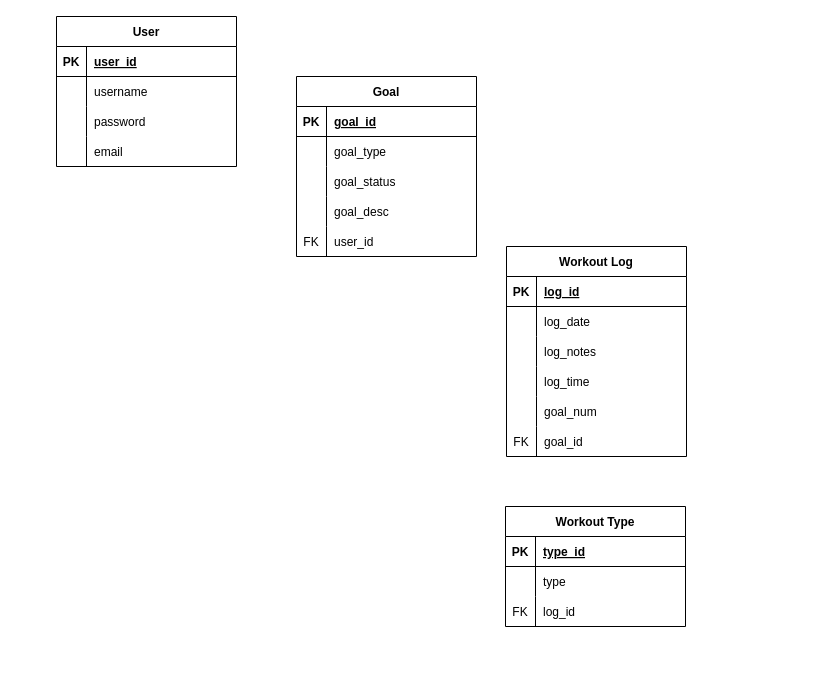
Before: erd.dio in RamonHODS/GIT-FIT-BRUV, a draw.io diagram. Source tidied: cells renumbered, new cells numbered last; positions are measured from the earlier drawing's top-left corner, leaving out a move shared by most shapes. Both pictures are drawn from the tidied source at 100%, with x=0, y=0 at pixel (56, 16).
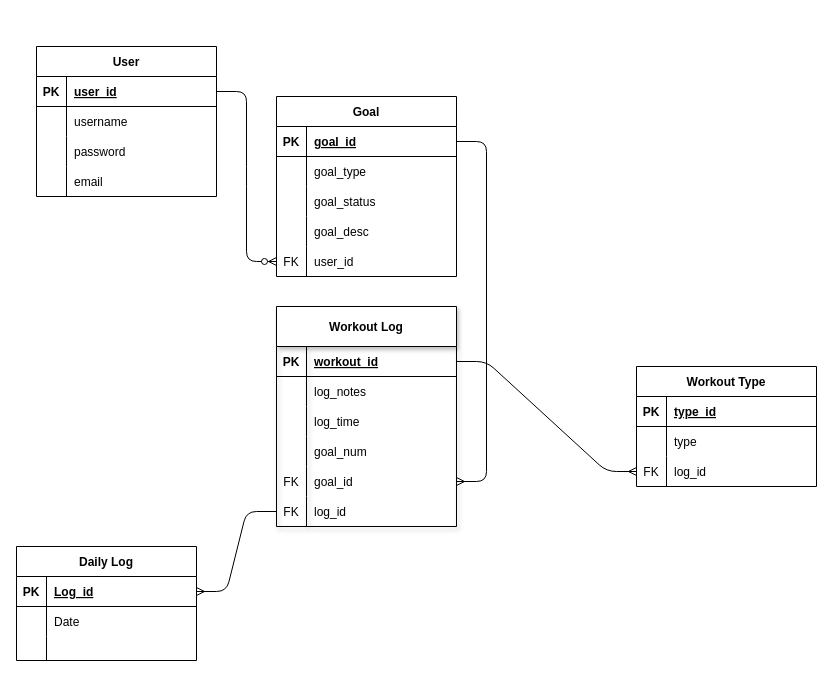
The same page after the edit.

Unchanged cells that the change refers to:
```xml
<mxCell id="3" style="shape=tableRow;horizontal=0;startSize=0;swimlaneHead=0;swimlaneBody=0;fillColor=none;points=[[0,0.5],[1,0.5]];portConstraint=eastwest;top=0;left=0;right=0;bottom=1;" parent="2" vertex="1">
  <mxGeometry y="30" width="180" height="30" as="geometry" />
</mxCell>
<mxCell id="35" style="shape=tableRow;horizontal=0;startSize=0;swimlaneHead=0;swimlaneBody=0;fillColor=none;points=[[0,0.5],[1,0.5]];portConstraint=eastwest;top=0;left=0;right=0;bottom=1;" parent="34" vertex="1">
  <mxGeometry y="30" width="180" height="30" as="geometry" />
</mxCell>
<mxCell id="47" style="shape=tableRow;horizontal=0;startSize=0;swimlaneHead=0;swimlaneBody=0;fillColor=none;points=[[0,0.5],[1,0.5]];portConstraint=eastwest;top=0;left=0;right=0;bottom=0;" parent="34" vertex="1">
  <mxGeometry y="150" width="180" height="30" as="geometry" />
</mxCell>
<mxCell id="57" style="shape=tableRow;horizontal=0;startSize=0;swimlaneHead=0;swimlaneBody=0;fillColor=none;points=[[0,0.5],[1,0.5]];portConstraint=eastwest;top=0;left=0;right=0;bottom=0;" parent="50" vertex="1">
  <mxGeometry y="90" width="180" height="30" as="geometry" />
</mxCell>
```

Change to the diagram source:
```diff
@@
     <mxCell id="2" value="User" style="shape=table;startSize=30;childLayout=tableLayout;rowLines=0;fontStyle=1;align=center;" parent="1" vertex="1">
-      <mxGeometry width="180" height="150" as="geometry" />
+      <mxGeometry x="-20" y="30" width="180" height="150" as="geometry" />
     </mxCell>
@@
-    <mxCell id="15" value="Workout Log" style="shape=table;startSize=30;childLayout=tableLayout;rowLines=0;fontStyle=1;align=center;" parent="1" vertex="1">
-      <mxGeometry x="450" y="230" width="180" height="210" as="geometry" />
+    <mxCell id="15" value="Workout Log" style="shape=table;startSize=40;childLayout=tableLayout;rowLines=0;fontStyle=1;align=center;shadow=1;" parent="1" vertex="1">
+      <mxGeometry x="220" y="290" width="180" height="220" as="geometry" />
     </mxCell>
     <mxCell id="16" style="shape=tableRow;horizontal=0;startSize=0;swimlaneHead=0;swimlaneBody=0;fillColor=none;points=[[0,0.5],[1,0.5]];portConstraint=eastwest;top=0;left=0;right=0;bottom=1;" parent="15" vertex="1">
-      <mxGeometry y="30" width="180" height="30" as="geometry" />
+      <mxGeometry y="40" width="180" height="30" as="geometry" />
     </mxCell>
@@
-    <mxCell id="18" value="log_id" style="shape=partialRectangle;fillColor=none;top=0;left=0;bottom=0;right=0;align=left;spacingLeft=6;fontStyle=5;overflow=hidden;" parent="16" vertex="1">
+    <mxCell id="18" value="workout_id" style="shape=partialRectangle;fillColor=none;top=0;left=0;bottom=0;right=0;align=left;spacingLeft=6;fontStyle=5;overflow=hidden;" parent="16" vertex="1">
       <mxGeometry x="30" width="150" height="30" as="geometry" />
     </mxCell>
-    <mxCell id="19" style="shape=tableRow;horizontal=0;startSize=0;swimlaneHead=0;swimlaneBody=0;fillColor=none;top=0;left=0;right=0;bottom=0;" parent="15" vertex="1">
-      <mxGeometry y="60" width="180" height="30" as="geometry" />
-    </mxCell>
-    <mxCell id="20" style="shape=partialRectangle;fillColor=none;top=0;left=0;bottom=0;right=0;overflow=hidden;" parent="19" vertex="1">
-      <mxGeometry width="30" height="30" as="geometry" />
-    </mxCell>
-    <mxCell id="21" value="log_date" style="shape=partialRectangle;fillColor=none;top=0;left=0;bottom=0;right=0;align=left;spacingLeft=6;overflow=hidden;" parent="19" vertex="1">
-      <mxGeometry x="30" width="150" height="30" as="geometry" />
-    </mxCell>
     <mxCell id="22" style="shape=tableRow;horizontal=0;startSize=0;swimlaneHead=0;swimlaneBody=0;fillColor=none;top=0;left=0;right=0;bottom=0;" parent="15" vertex="1">
-      <mxGeometry y="90" width="180" height="30" as="geometry" />
+      <mxGeometry y="70" width="180" height="30" as="geometry" />
     </mxCell>
@@
     <mxCell id="25" style="shape=tableRow;horizontal=0;startSize=0;swimlaneHead=0;swimlaneBody=0;fillColor=none;top=0;left=0;right=0;bottom=0;" parent="15" vertex="1">
-      <mxGeometry y="120" width="180" height="30" as="geometry" />
+      <mxGeometry y="100" width="180" height="30" as="geometry" />
     </mxCell>
@@
     <mxCell id="28" style="shape=tableRow;horizontal=0;startSize=0;swimlaneHead=0;swimlaneBody=0;fillColor=none;top=0;left=0;right=0;bottom=0;" parent="15" vertex="1">
-      <mxGeometry y="150" width="180" height="30" as="geometry" />
+      <mxGeometry y="130" width="180" height="30" as="geometry" />
     </mxCell>
@@
     <mxCell id="31" style="shape=tableRow;horizontal=0;startSize=0;swimlaneHead=0;swimlaneBody=0;fillColor=none;points=[[0,0.5],[1,0.5]];portConstraint=eastwest;top=0;left=0;right=0;bottom=0;" parent="15" vertex="1">
-      <mxGeometry y="180" width="180" height="30" as="geometry" />
+      <mxGeometry y="160" width="180" height="30" as="geometry" />
     </mxCell>
@@
+    <mxCell id="60" style="shape=tableRow;horizontal=0;startSize=0;swimlaneHead=0;swimlaneBody=0;fillColor=none;points=[[0,0.5],[1,0.5]];portConstraint=eastwest;top=0;left=0;right=0;bottom=0;" parent="15" vertex="1">
+      <mxGeometry y="190" width="180" height="30" as="geometry" />
+    </mxCell>
+    <mxCell id="61" value="FK" style="shape=partialRectangle;fillColor=none;top=0;left=0;bottom=0;right=0;overflow=hidden;" parent="60" vertex="1">
+      <mxGeometry width="30" height="30" as="geometry" />
+    </mxCell>
+    <mxCell id="62" value="log_id" style="shape=partialRectangle;fillColor=none;top=0;left=0;bottom=0;right=0;align=left;spacingLeft=6;overflow=hidden;" parent="60" vertex="1">
+      <mxGeometry x="30" width="150" height="30" as="geometry" />
+    </mxCell>
     <mxCell id="34" value="Goal" style="shape=table;startSize=30;childLayout=tableLayout;rowLines=0;fontStyle=1;align=center;" parent="1" vertex="1">
-      <mxGeometry x="240" y="60" width="180" height="180" as="geometry" />
+      <mxGeometry x="220" y="80" width="180" height="180" as="geometry" />
     </mxCell>
@@
     <mxCell id="50" value="Workout Type" style="shape=table;startSize=30;childLayout=tableLayout;rowLines=0;fontStyle=1;align=center;" parent="1" vertex="1">
-      <mxGeometry x="449" y="490" width="180" height="120" as="geometry" />
+      <mxGeometry x="580" y="350" width="180" height="120" as="geometry" />
     </mxCell>
@@
+    <mxCell id="63" value="Daily Log" style="shape=table;startSize=30;childLayout=tableLayout;rowLines=0;fontStyle=1;align=center;" parent="1" vertex="1">
+      <mxGeometry x="-40" y="530" width="180" height="114" as="geometry" />
+    </mxCell>
+    <mxCell id="64" style="shape=tableRow;horizontal=0;startSize=0;swimlaneHead=0;swimlaneBody=0;fillColor=none;points=[[0,0.5],[1,0.5]];portConstraint=eastwest;top=0;left=0;right=0;bottom=1;" parent="63" vertex="1">
+      <mxGeometry y="30" width="180" height="30" as="geometry" />
+    </mxCell>
+    <mxCell id="65" value="PK" style="shape=partialRectangle;fillColor=none;top=0;left=0;bottom=0;right=0;fontStyle=1;overflow=hidden;" parent="64" vertex="1">
+      <mxGeometry width="30" height="30" as="geometry" />
+    </mxCell>
+    <mxCell id="66" value="Log_id" style="shape=partialRectangle;fillColor=none;top=0;left=0;bottom=0;right=0;align=left;spacingLeft=6;fontStyle=5;overflow=hidden;" parent="64" vertex="1">
+      <mxGeometry x="30" width="150" height="30" as="geometry" />
+    </mxCell>
+    <mxCell id="19" style="shape=tableRow;horizontal=0;startSize=0;swimlaneHead=0;swimlaneBody=0;fillColor=none;top=0;left=0;right=0;bottom=0;" parent="63" vertex="1">
+      <mxGeometry y="60" width="180" height="30" as="geometry" />
+    </mxCell>
+    <mxCell id="20" style="shape=partialRectangle;fillColor=none;top=0;left=0;bottom=0;right=0;overflow=hidden;" parent="19" vertex="1">
+      <mxGeometry width="30" height="30" as="geometry" />
+    </mxCell>
+    <mxCell id="67" value="Date" style="shape=partialRectangle;fillColor=none;top=0;left=0;bottom=0;right=0;align=left;spacingLeft=6;overflow=hidden;" parent="19" vertex="1">
+      <mxGeometry x="30" width="150" height="30" as="geometry" />
+    </mxCell>
+    <mxCell id="68" style="shape=tableRow;horizontal=0;startSize=0;swimlaneHead=0;swimlaneBody=0;fillColor=none;top=0;left=0;right=0;bottom=0;" parent="63" vertex="1">
+      <mxGeometry y="90" width="180" height="24" as="geometry" />
+    </mxCell>
+    <mxCell id="69" style="shape=partialRectangle;fillColor=none;top=0;left=0;bottom=0;right=0;overflow=hidden;" parent="68" vertex="1">
+      <mxGeometry width="30" height="24" as="geometry" />
+    </mxCell>
+    <mxCell id="70" style="shape=partialRectangle;fillColor=none;top=0;left=0;bottom=0;right=0;align=left;spacingLeft=6;overflow=hidden;" parent="68" vertex="1">
+      <mxGeometry x="30" width="150" height="24" as="geometry" />
+    </mxCell>
+    <mxCell id="71" style="edgeStyle=entityRelationEdgeStyle;fontSize=12;html=1;endArrow=ERzeroToMany;endFill=1;exitX=1;exitY=0.5;exitDx=0;exitDy=0;entryX=0;entryY=0.5;entryDx=0;entryDy=0;" parent="1" edge="1" source="3" target="47">
+      <mxGeometry relative="1" as="geometry" />
+    </mxCell>
+    <mxCell id="72" style="edgeStyle=entityRelationEdgeStyle;fontSize=12;html=1;endArrow=ERmany;exitX=1;exitY=0.5;exitDx=0;exitDy=0;entryX=0;entryY=0.5;entryDx=0;entryDy=0;" parent="1" edge="1" source="16" target="57">
+      <mxGeometry relative="1" as="geometry" />
+    </mxCell>
+    <mxCell id="73" style="edgeStyle=entityRelationEdgeStyle;fontSize=12;html=1;endArrow=ERmany;exitX=1;exitY=0.5;exitDx=0;exitDy=0;entryX=1;entryY=0.5;entryDx=0;entryDy=0;" parent="1" edge="1" source="35" target="31">
+      <mxGeometry relative="1" as="geometry" />
+    </mxCell>
+    <mxCell id="74" style="edgeStyle=entityRelationEdgeStyle;fontSize=12;html=1;endArrow=ERmany;exitX=0;exitY=0.5;exitDx=0;exitDy=0;entryX=1;entryY=0.5;entryDx=0;entryDy=0;" parent="1" edge="1" source="60" target="64">
+      <mxGeometry relative="1" as="geometry" />
+    </mxCell>
```
